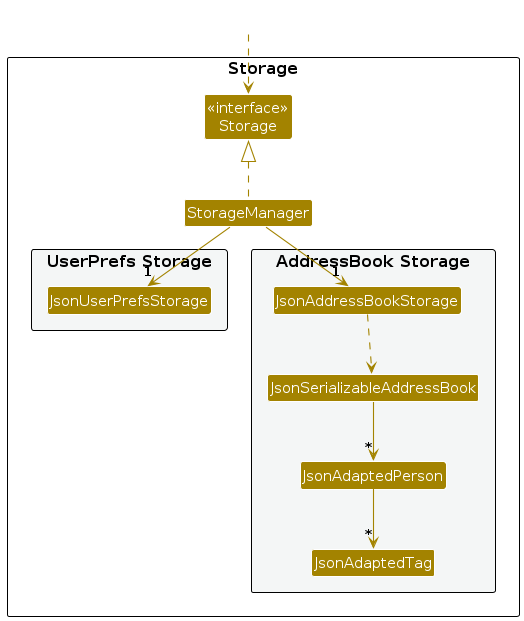
The PlantUML diagram diagrams/StorageClassDiagram.png in AY2627S1-CS2103T-W14-1/tp, before a commit. Its source is kept beside it as diagrams/StorageClassDiagram.puml.
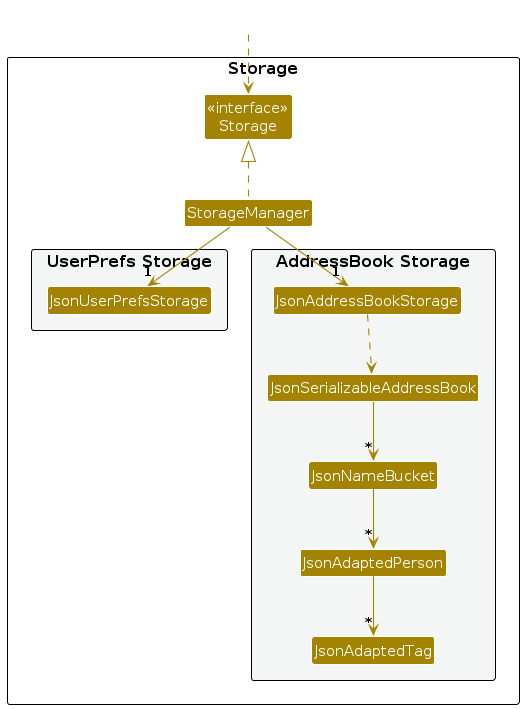
The same diagram one commit later.

Diff of the diagram source:
```diff
@@ -16,6 +16,7 @@
 package "AddressBook Storage" #F4F6F6{
 Class JsonAddressBookStorage
 Class JsonSerializableAddressBook
+Class JsonNameBucket
 Class JsonAdaptedPerson
 Class JsonAdaptedTag
 }
@@ -30,7 +31,8 @@
 StorageManager -down-> "1" JsonAddressBookStorage
 
 JsonAddressBookStorage ..> JsonSerializableAddressBook
-JsonSerializableAddressBook --> "*" JsonAdaptedPerson
+JsonSerializableAddressBook --> "*" JsonNameBucket
+JsonNameBucket --> "*" JsonAdaptedPerson
 JsonAdaptedPerson --> "*" JsonAdaptedTag
 
 @enduml
```
